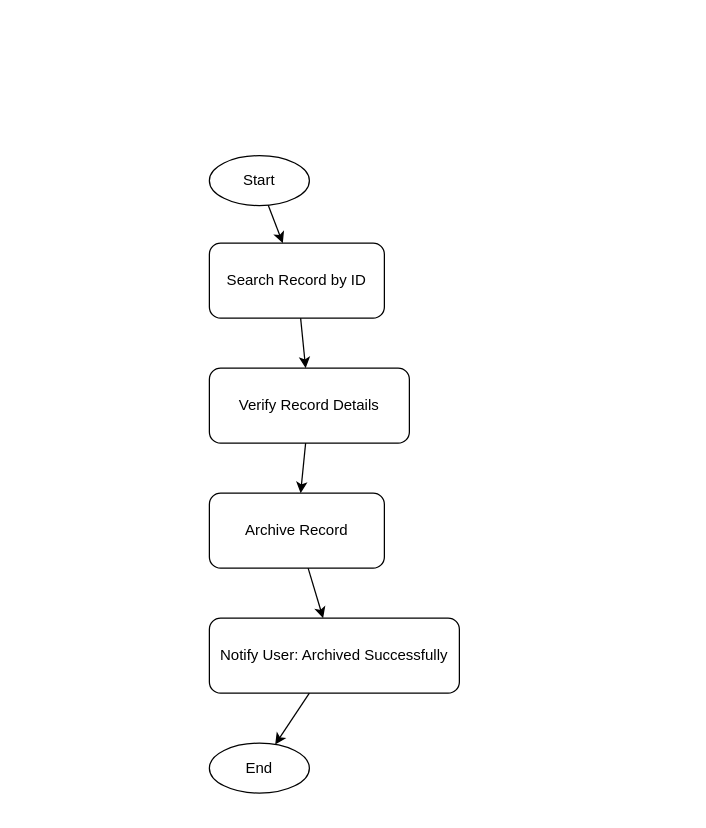
This is flowchart6.drawio from brabentil/database_diagrams, a draw.io file, before an edit. Source tidied: cells renumbered, new cells numbered last; positions are measured from the earlier drawing's top-left corner, leaving out a move shared by most shapes. Both pictures are drawn from the tidied source at 125%, with x=0, y=0 at pixel (209, 155).
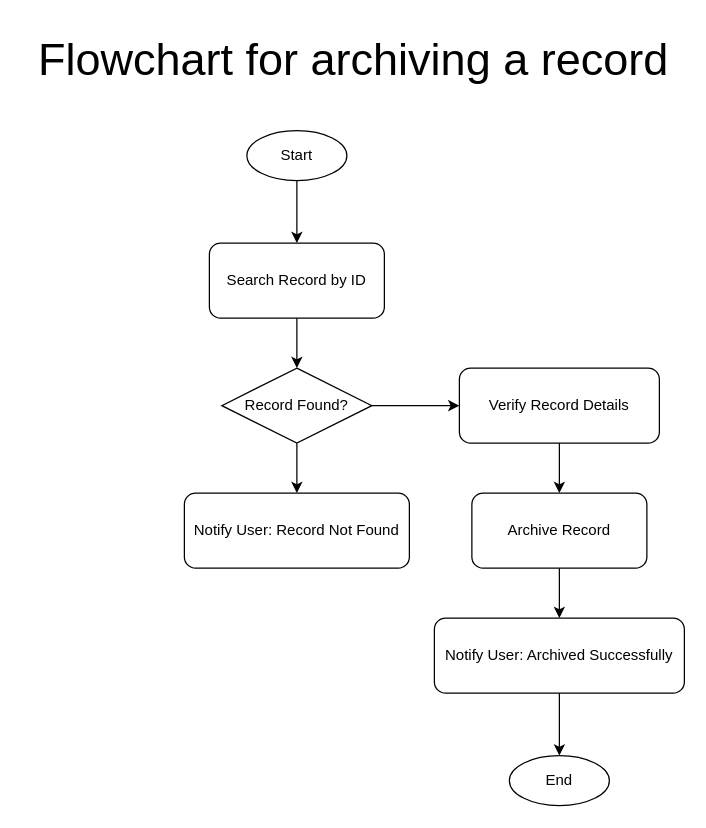
After the change.

What changed in the source:
```diff
@@
 <mxGraphModel>
   <root>
     <mxCell id="0" />
     <mxCell id="1" parent="0" />
     <mxCell id="2" value="Start" style="ellipse;whiteSpace=wrap;html=1;" parent="1" vertex="1">
-      <mxGeometry width="80" height="40" as="geometry" />
+      <mxGeometry x="30" y="-20" width="80" height="40" as="geometry" />
     </mxCell>
     <mxCell id="3" value="Search Record by ID" style="rounded=1;whiteSpace=wrap;html=1;" parent="1" vertex="1">
       <mxGeometry y="70" width="140" height="60" as="geometry" />
     </mxCell>
-    <mxCell id="4" value="Verify Record Details" style="rounded=1;whiteSpace=wrap;html=1;" parent="1" vertex="1">
-      <mxGeometry y="170" width="160" height="60" as="geometry" />
+    <mxCell id="4" value="Record Found?" style="rhombus;whiteSpace=wrap;html=1;" parent="1" vertex="1">
+      <mxGeometry x="10" y="170" width="120" height="60" as="geometry" />
     </mxCell>
-    <mxCell id="5" value="Archive Record" style="rounded=1;whiteSpace=wrap;html=1;" parent="1" vertex="1">
-      <mxGeometry y="270" width="140" height="60" as="geometry" />
+    <mxCell id="5" value="Verify Record Details" style="rounded=1;whiteSpace=wrap;html=1;" parent="1" vertex="1">
+      <mxGeometry x="200" y="170" width="160" height="60" as="geometry" />
     </mxCell>
-    <mxCell id="6" value="Notify User: Archived Successfully" style="rounded=1;whiteSpace=wrap;html=1;" parent="1" vertex="1">
-      <mxGeometry y="370" width="200" height="60" as="geometry" />
+    <mxCell id="6" value="Archive Record" style="rounded=1;whiteSpace=wrap;html=1;" parent="1" vertex="1">
+      <mxGeometry x="210" y="270" width="140" height="60" as="geometry" />
     </mxCell>
-    <mxCell id="7" value="End" style="ellipse;whiteSpace=wrap;html=1;" parent="1" vertex="1">
-      <mxGeometry y="470" width="80" height="40" as="geometry" />
+    <mxCell id="7" value="Notify User: Archived Successfully" style="rounded=1;whiteSpace=wrap;html=1;" parent="1" vertex="1">
+      <mxGeometry x="180" y="370" width="200" height="60" as="geometry" />
     </mxCell>
-    <mxCell id="8" parent="1" edge="1" source="2" target="3">
-      <mxGeometry relative="1" as="geometry" />
+    <mxCell id="8" value="Notify User: Record Not Found" style="rounded=1;whiteSpace=wrap;html=1;" parent="1" vertex="1">
+      <mxGeometry x="-20" y="270" width="180" height="60" as="geometry" />
     </mxCell>
-    <mxCell id="9" parent="1" edge="1" source="3" target="4">
-      <mxGeometry relative="1" as="geometry" />
+    <mxCell id="9" value="End" style="ellipse;whiteSpace=wrap;html=1;" parent="1" vertex="1">
+      <mxGeometry x="240" y="480" width="80" height="40" as="geometry" />
     </mxCell>
-    <mxCell id="10" parent="1" edge="1" source="4" target="5">
+    <mxCell id="10" parent="1" edge="1" source="2" target="3">
       <mxGeometry relative="1" as="geometry" />
     </mxCell>
-    <mxCell id="11" parent="1" edge="1" source="5" target="6">
+    <mxCell id="11" parent="1" edge="1" source="3" target="4">
       <mxGeometry relative="1" as="geometry" />
     </mxCell>
-    <mxCell id="12" parent="1" edge="1" source="6" target="7">
+    <mxCell id="12" parent="1" edge="1" source="4" target="5">
       <mxGeometry relative="1" as="geometry" />
     </mxCell>
+    <mxCell id="13" parent="1" edge="1" source="5" target="6">
+      <mxGeometry relative="1" as="geometry" />
+    </mxCell>
+    <mxCell id="14" parent="1" edge="1" source="6" target="7">
+      <mxGeometry relative="1" as="geometry" />
+    </mxCell>
+    <mxCell id="15" parent="1" edge="1" source="7" target="9">
+      <mxGeometry relative="1" as="geometry" />
+    </mxCell>
+    <mxCell id="16" parent="1" edge="1" source="4" target="8">
+      <mxGeometry relative="1" as="geometry" />
+    </mxCell>
+    <mxCell id="17" value="&lt;font style=&quot;font-size: 36px;&quot;&gt;Flowchart for archiving a record&lt;/font&gt;" style="text;html=1;align=center;verticalAlign=middle;strokeColor=none;fillColor=none;" parent="1" vertex="1">
+      <mxGeometry x="-150" y="-107" width="530" height="60" as="geometry" />
+    </mxCell>
   </root>
 </mxGraphModel>
```
